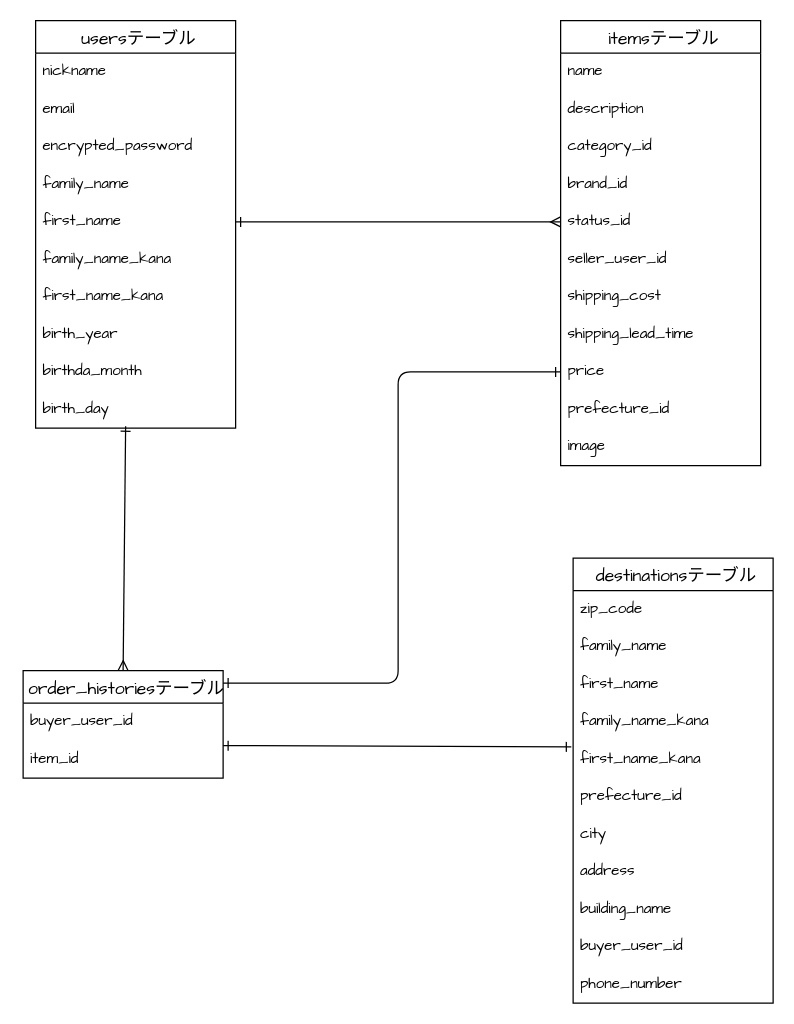
The draw.io diagram app/views/test.dio in Kaomaruko/furima-40267, before the edit. Source tidied: cells renumbered, new cells numbered last; positions are measured from the earlier drawing's top-left corner, leaving out a move shared by most shapes. Both pictures are drawn from the tidied source at 125%, with x=0, y=0 at pixel (22, 20).
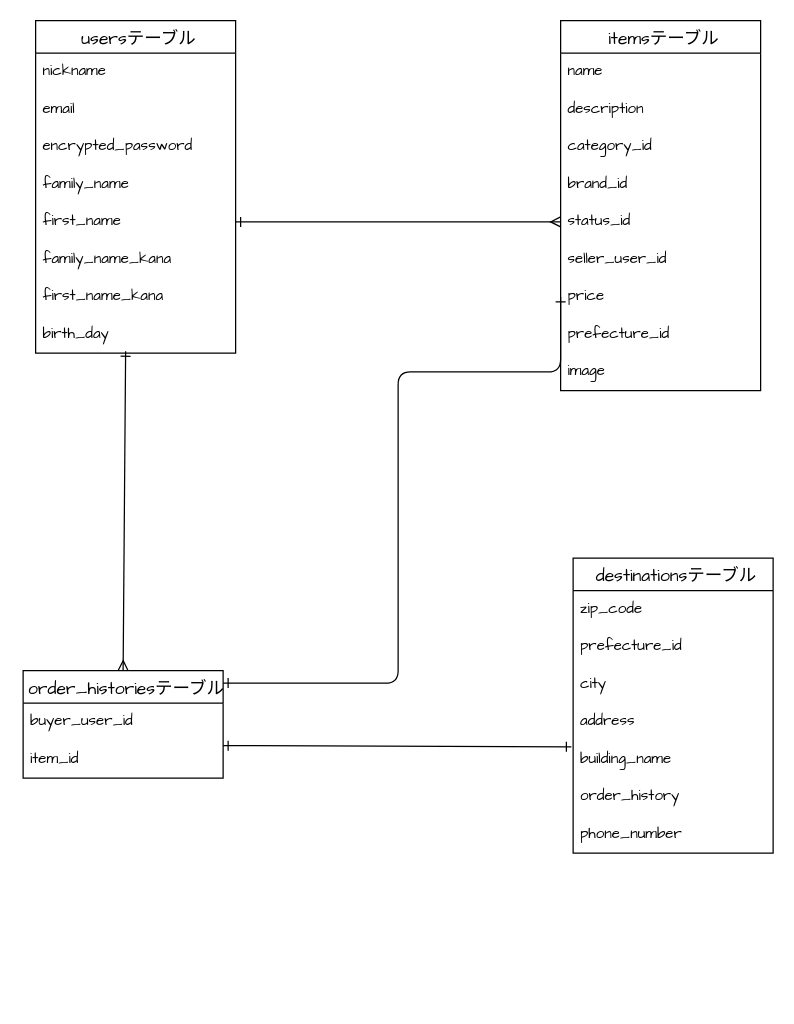
The same page after the edit.

Commit message (it also covers changes not shown here):
データベース設計2

Diff of the diagram source:
```diff
@@
     <mxCell id="2" value=" usersテーブル" style="swimlane;fontStyle=0;horizontal=1;startSize=26;align=center;fontSize=14;hachureGap=4;fontFamily=Architects Daughter;" parent="1" vertex="1">
-      <mxGeometry x="10" width="160" height="326" as="geometry" />
+      <mxGeometry x="10" width="160" height="266" as="geometry" />
     </mxCell>
@@
-    <mxCell id="10" value="birth_year" style="text;strokeColor=none;fillColor=none;spacingLeft=4;spacingRight=4;overflow=hidden;fontSize=12;hachureGap=4;fontFamily=Architects Daughter;" parent="2" vertex="1">
-      <mxGeometry y="236" width="160" height="30" as="geometry" />
-    </mxCell>
-    <mxCell id="11" value="birthda_month" style="text;strokeColor=none;fillColor=none;spacingLeft=4;spacingRight=4;overflow=hidden;fontSize=12;hachureGap=4;fontFamily=Architects Daughter;" parent="2" vertex="1">
-      <mxGeometry y="266" width="160" height="30" as="geometry" />
-    </mxCell>
     <mxCell id="12" value="birth_day" style="text;strokeColor=none;fillColor=none;spacingLeft=4;spacingRight=4;overflow=hidden;points=[[0,0.5],[1,0.5]];portConstraint=eastwest;fontSize=12;hachureGap=4;fontFamily=Architects Daughter;" parent="2" vertex="1">
-      <mxGeometry y="296" width="160" height="30" as="geometry" />
+      <mxGeometry y="236" width="160" height="30" as="geometry" />
     </mxCell>
     <mxCell id="13" value=" itemsテーブル" style="swimlane;fontStyle=0;horizontal=1;startSize=26;align=center;fontSize=14;hachureGap=4;fontFamily=Architects Daughter;" parent="1" vertex="1">
-      <mxGeometry x="430" width="160" height="356" as="geometry" />
+      <mxGeometry x="430" width="160" height="296" as="geometry" />
     </mxCell>
@@
-    <mxCell id="20" value="shipping_cost" style="text;strokeColor=none;fillColor=none;spacingLeft=4;spacingRight=4;overflow=hidden;fontSize=12;hachureGap=4;fontFamily=Architects Daughter;" parent="13" vertex="1">
-      <mxGeometry y="206" width="160" height="30" as="geometry" />
-    </mxCell>
-    <mxCell id="21" value="shipping_lead_time" style="text;strokeColor=none;fillColor=none;spacingLeft=4;spacingRight=4;overflow=hidden;fontSize=12;hachureGap=4;fontFamily=Architects Daughter;" parent="13" vertex="1">
-      <mxGeometry y="236" width="160" height="30" as="geometry" />
-    </mxCell>
     <mxCell id="22" value="price" style="text;strokeColor=none;fillColor=none;spacingLeft=4;spacingRight=4;overflow=hidden;points=[[0,0.5],[1,0.5]];portConstraint=eastwest;fontSize=12;hachureGap=4;fontFamily=Architects Daughter;" parent="13" vertex="1">
-      <mxGeometry y="266" width="160" height="30" as="geometry" />
+      <mxGeometry y="206" width="160" height="30" as="geometry" />
     </mxCell>
     <mxCell id="23" value="prefecture_id" style="text;strokeColor=none;fillColor=none;spacingLeft=4;spacingRight=4;overflow=hidden;fontSize=12;hachureGap=4;fontFamily=Architects Daughter;" parent="13" vertex="1">
-      <mxGeometry y="296" width="160" height="30" as="geometry" />
+      <mxGeometry y="236" width="160" height="30" as="geometry" />
     </mxCell>
     <mxCell id="24" value="image" style="text;strokeColor=none;fillColor=none;spacingLeft=4;spacingRight=4;overflow=hidden;fontSize=12;hachureGap=4;fontFamily=Architects Daughter;" parent="13" vertex="1">
-      <mxGeometry y="326" width="160" height="30" as="geometry" />
+      <mxGeometry y="266" width="160" height="30" as="geometry" />
     </mxCell>
@@
     <mxCell id="28" value=" destinationsテーブル" style="swimlane;fontStyle=0;horizontal=1;startSize=26;align=center;fontSize=14;hachureGap=4;fontFamily=Architects Daughter;" parent="1" vertex="1">
-      <mxGeometry x="440" y="430" width="160" height="356" as="geometry" />
+      <mxGeometry x="440" y="430" width="160" height="236" as="geometry" />
     </mxCell>
@@
-    <mxCell id="30" value="family_name" style="text;strokeColor=none;fillColor=none;spacingLeft=4;spacingRight=4;overflow=hidden;fontSize=12;hachureGap=4;fontFamily=Architects Daughter;" parent="28" vertex="1">
-      <mxGeometry y="56" width="160" height="30" as="geometry" />
-    </mxCell>
-    <mxCell id="31" value="first_name" style="text;strokeColor=none;fillColor=none;spacingLeft=4;spacingRight=4;overflow=hidden;fontSize=12;hachureGap=4;fontFamily=Architects Daughter;" parent="28" vertex="1">
-      <mxGeometry y="86" width="160" height="30" as="geometry" />
-    </mxCell>
-    <mxCell id="32" value="family_name_kana" style="text;strokeColor=none;fillColor=none;spacingLeft=4;spacingRight=4;overflow=hidden;fontSize=12;hachureGap=4;fontFamily=Architects Daughter;" parent="28" vertex="1">
-      <mxGeometry y="116" width="160" height="30" as="geometry" />
-    </mxCell>
-    <mxCell id="33" value="first_name_kana" style="text;strokeColor=none;fillColor=none;spacingLeft=4;spacingRight=4;overflow=hidden;points=[[0,0.5],[1,0.5]];portConstraint=eastwest;fontSize=12;hachureGap=4;fontFamily=Architects Daughter;" parent="28" vertex="1">
-      <mxGeometry y="146" width="160" height="30" as="geometry" />
-    </mxCell>
     <mxCell id="34" value="prefecture_id" style="text;strokeColor=none;fillColor=none;spacingLeft=4;spacingRight=4;overflow=hidden;fontSize=12;hachureGap=4;fontFamily=Architects Daughter;" parent="28" vertex="1">
-      <mxGeometry y="176" width="160" height="30" as="geometry" />
+      <mxGeometry y="56" width="160" height="30" as="geometry" />
     </mxCell>
     <mxCell id="35" value="city" style="text;strokeColor=none;fillColor=none;spacingLeft=4;spacingRight=4;overflow=hidden;fontSize=12;hachureGap=4;fontFamily=Architects Daughter;" parent="28" vertex="1">
-      <mxGeometry y="206" width="160" height="30" as="geometry" />
+      <mxGeometry y="86" width="160" height="30" as="geometry" />
     </mxCell>
     <mxCell id="36" value="address" style="text;strokeColor=none;fillColor=none;spacingLeft=4;spacingRight=4;overflow=hidden;fontSize=12;hachureGap=4;fontFamily=Architects Daughter;" parent="28" vertex="1">
-      <mxGeometry y="236" width="160" height="30" as="geometry" />
+      <mxGeometry y="116" width="160" height="30" as="geometry" />
     </mxCell>
     <mxCell id="37" value="building_name" style="text;strokeColor=none;fillColor=none;spacingLeft=4;spacingRight=4;overflow=hidden;fontSize=12;hachureGap=4;fontFamily=Architects Daughter;" parent="28" vertex="1">
-      <mxGeometry y="266" width="160" height="30" as="geometry" />
+      <mxGeometry y="146" width="160" height="30" as="geometry" />
     </mxCell>
-    <mxCell id="38" value="buyer_user_id" style="text;strokeColor=none;fillColor=none;spacingLeft=4;spacingRight=4;overflow=hidden;fontSize=12;hachureGap=4;fontFamily=Architects Daughter;" parent="28" vertex="1">
-      <mxGeometry y="296" width="160" height="30" as="geometry" />
+    <mxCell id="38" value="order_history" style="text;strokeColor=none;fillColor=none;spacingLeft=4;spacingRight=4;overflow=hidden;fontSize=12;hachureGap=4;fontFamily=Architects Daughter;" parent="28" vertex="1">
+      <mxGeometry y="176" width="160" height="30" as="geometry" />
     </mxCell>
     <mxCell id="39" value="phone_number" style="text;strokeColor=none;fillColor=none;spacingLeft=4;spacingRight=4;overflow=hidden;fontSize=12;hachureGap=4;fontFamily=Architects Daughter;" parent="28" vertex="1">
-      <mxGeometry y="326" width="160" height="30" as="geometry" />
+      <mxGeometry y="206" width="160" height="30" as="geometry" />
     </mxCell>
@@
-    <mxCell id="43" style="edgeStyle=none;hachureGap=4;html=1;exitX=1;exitY=0.5;exitDx=0;exitDy=0;fontFamily=Architects Daughter;fontSize=16;endArrow=ERone;endFill=0;startArrow=ERone;startFill=0;entryX=-0.009;entryY=0.167;entryDx=0;entryDy=0;entryPerimeter=0;" parent="1" edge="1" target="33">
+    <mxCell id="43" style="edgeStyle=none;hachureGap=4;html=1;exitX=1;exitY=0.5;exitDx=0;exitDy=0;fontFamily=Architects Daughter;fontSize=16;endArrow=ERone;endFill=0;startArrow=ERone;startFill=0;entryX=-0.009;entryY=0.167;entryDx=0;entryDy=0;entryPerimeter=0;" parent="1" edge="1">
       <mxGeometry relative="1" as="geometry">
         <mxPoint x="160" y="580" as="sourcePoint" />
+        <mxPoint x="438.6" y="581" as="targetPoint" />
       </mxGeometry>
     </mxCell>
```
